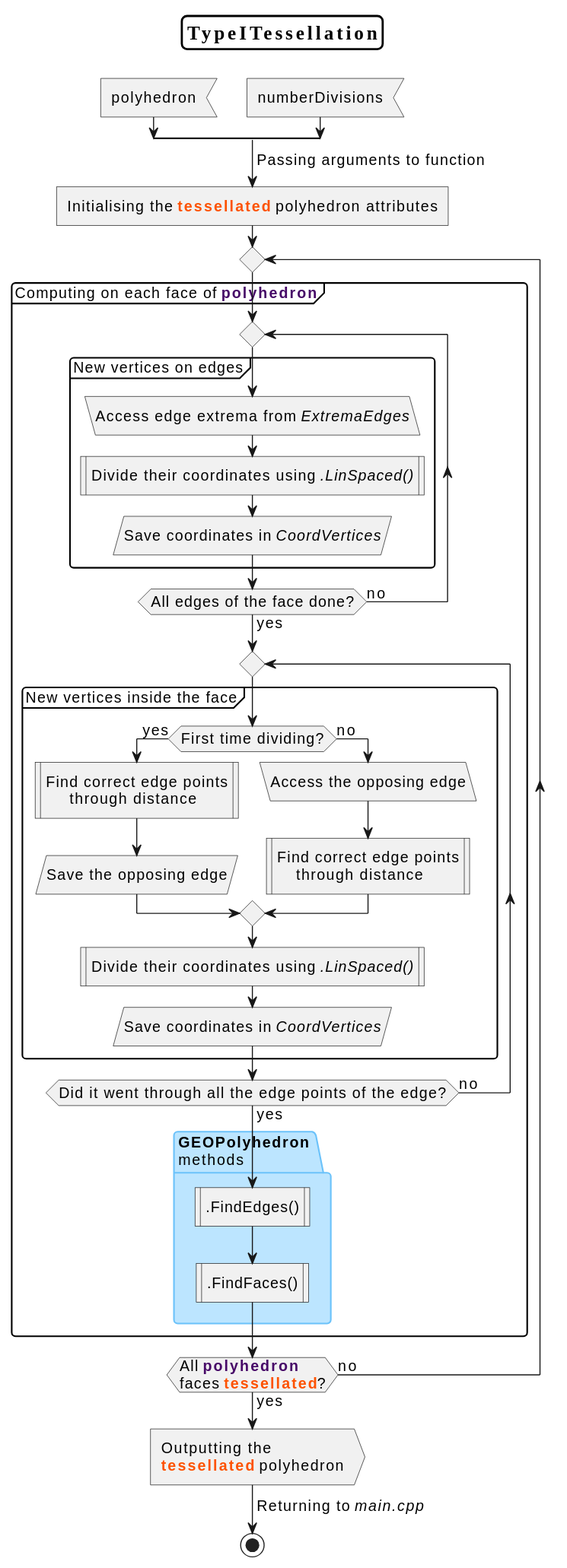
M4rc10n3/ProgettoPCS2025 keeps this PlantUML diagram as Documentation/TypeITessellation.svg. Above is the earlier version. Source of this version:
```plantuml
@startuml
<style>
partition{
    RoundCorner 7
}

package{
    RoundCorner 7
    LineColor #6BC2FA
    BackgroundColor #BCE5FF}
</style>
skinparam defaultFontSize 14
skinparam titleFontName Serif
skinparam titleFontSize 18
skinparam titleBorderColor Black
skinparam titleBorderThickness 2
skinparam titleBorderRoundCorner 10
title TypeITessellation
split
    -[hidden]->
    :polyhedron; <<input>>
split again
    -[hidden]->
    :numberDivisions; <<input>>
end split
-> Passing arguments to function;
:Initialising the **<color #FD5201>tessellated</color>** polyhedron attributes; <<task>>

repeat
    partition Computing on each face of **<color #470968>polyhedron</color>** {
    repeat
        partition New vertices on edges{
            :Access edge extrema from <i>ExtremaEdges</i>; <<load>>
            :Divide their coordinates using <i>.LinSpaced()</i>; <<procedure>>
            :Save coordinates in <i>CoordVertices</i>; <<save>>
        }
    repeat while (All edges of the face done?) is (no) not (yes)
    repeat
        partition New vertices inside the face{
            if (First time dividing?) then (yes)
            :Find correct edge points
                 through distance; <<procedure>>
            :Save the opposing edge; <<save>>
            else (no)
            :Access the opposing edge; <<load>>
            :Find correct edge points
                through distance; <<procedure>>
            endif
            :Divide their coordinates using <i>.LinSpaced()</i>; <<procedure>>
            :Save coordinates in <i>CoordVertices</i>; <<save>>
        }
    repeat while (Did it went through all the edge points of the edge?) is (no) not (yes)
    package "**GEOPolyhedron** \nmethods"{
        :.FindEdges(); <<procedure>>
        :.FindFaces(); <<procedure>>
        }
    }
repeat while (All **<color #470968>polyhedron</color>** \nfaces **<color #FD5201>tessellated</color>**?) is (no) not (yes)
:Outputting the
**<color #FD5201>tessellated</color>** polyhedron; <<output>>
-> Returning to <i>main.cpp</i>;

stop
@enduml
```
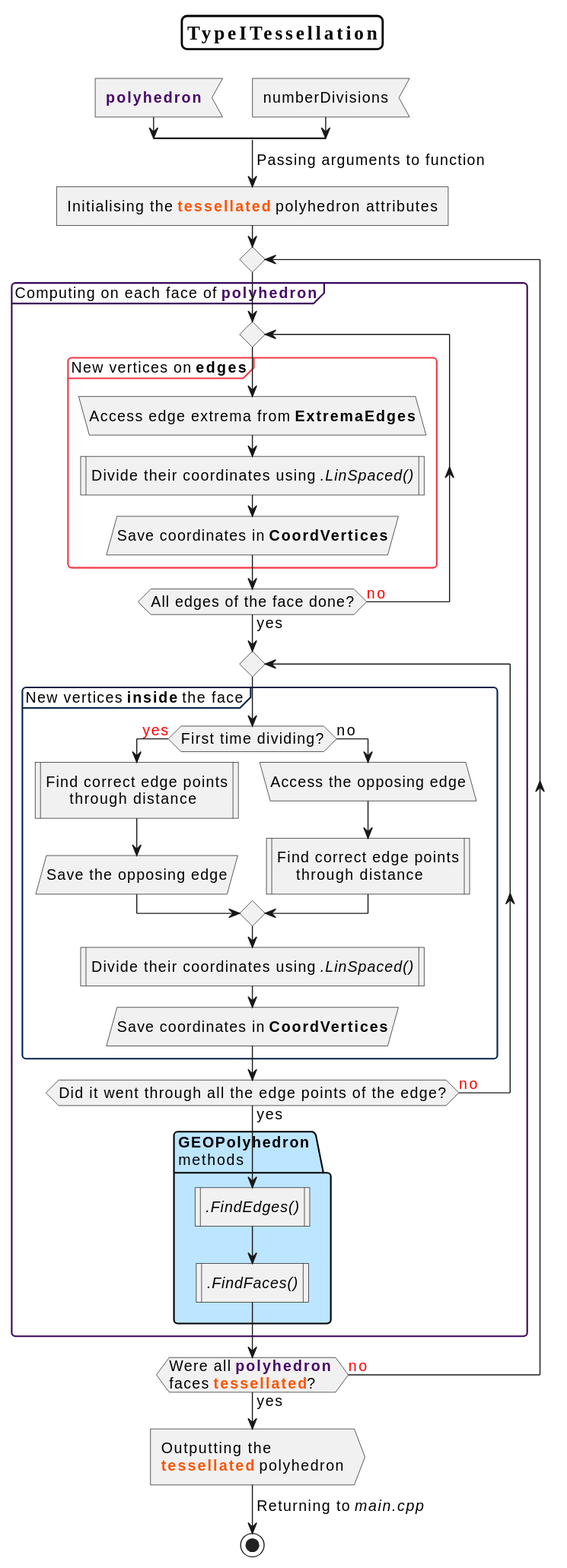
After the commit.

The edit, as a diff of the source:
```diff
@@ -18,7 +18,7 @@
 title TypeITessellation
 split
     -[hidden]->
-    :polyhedron; <<input>>
+    :**<color #470968>polyhedron</color>**; <<input>>
 split again
     -[hidden]->
     :numberDivisions; <<input>>
@@ -27,17 +27,22 @@
 :Initialising the **<color #FD5201>tessellated</color>** polyhedron attributes; <<task>>
 
 repeat
+
+    skinparam PartitionBorderColor #3C035A
     partition Computing on each face of **<color #470968>polyhedron</color>** {
     repeat
-        partition New vertices on edges{
-            :Access edge extrema from <i>ExtremaEdges</i>; <<load>>
+        skinparam PartitionBorderColor #F03844
+        partition New vertices on <b>edges</b>{
+            :Access edge extrema from <b>ExtremaEdges</b>; <<load>>
             :Divide their coordinates using <i>.LinSpaced()</i>; <<procedure>>
-            :Save coordinates in <i>CoordVertices</i>; <<save>>
+            :Save coordinates in <b>CoordVertices</b>; <<save>>
         }
-    repeat while (All edges of the face done?) is (no) not (yes)
+    repeat while (All edges of the face done?) is (<color:red>no) not (yes)
+
     repeat
-        partition New vertices inside the face{
-            if (First time dividing?) then (yes)
+        skinparam PartitionBorderColor #042347
+        partition New vertices <b>inside</b> the face{
+            if (First time dividing?) then (<color:red>yes)
             :Find correct edge points
                  through distance; <<procedure>>
             :Save the opposing edge; <<save>>
@@ -47,15 +52,16 @@
                 through distance; <<procedure>>
             endif
             :Divide their coordinates using <i>.LinSpaced()</i>; <<procedure>>
-            :Save coordinates in <i>CoordVertices</i>; <<save>>
+            :Save coordinates in <b>CoordVertices</b>; <<save>>
         }
-    repeat while (Did it went through all the edge points of the edge?) is (no) not (yes)
+    repeat while (Did it went through all the edge points of the edge?) is (<color:red>no) not (yes)
+    skinparam PartitionBorderColor #Black
     package "**GEOPolyhedron** \nmethods"{
-        :.FindEdges(); <<procedure>>
-        :.FindFaces(); <<procedure>>
+        :<i>.FindEdges()</i>; <<procedure>>
+        :<i>.FindFaces()</i>; <<procedure>>
         }
     }
-repeat while (All **<color #470968>polyhedron</color>** \nfaces **<color #FD5201>tessellated</color>**?) is (no) not (yes)
+repeat while (Were all **<color #470968>polyhedron</color>** \nfaces **<color #FD5201>tessellated</color>**?) is (<color:red>no) not (yes)
 :Outputting the
 **<color #FD5201>tessellated</color>** polyhedron; <<output>>
 -> Returning to <i>main.cpp</i>;
```
